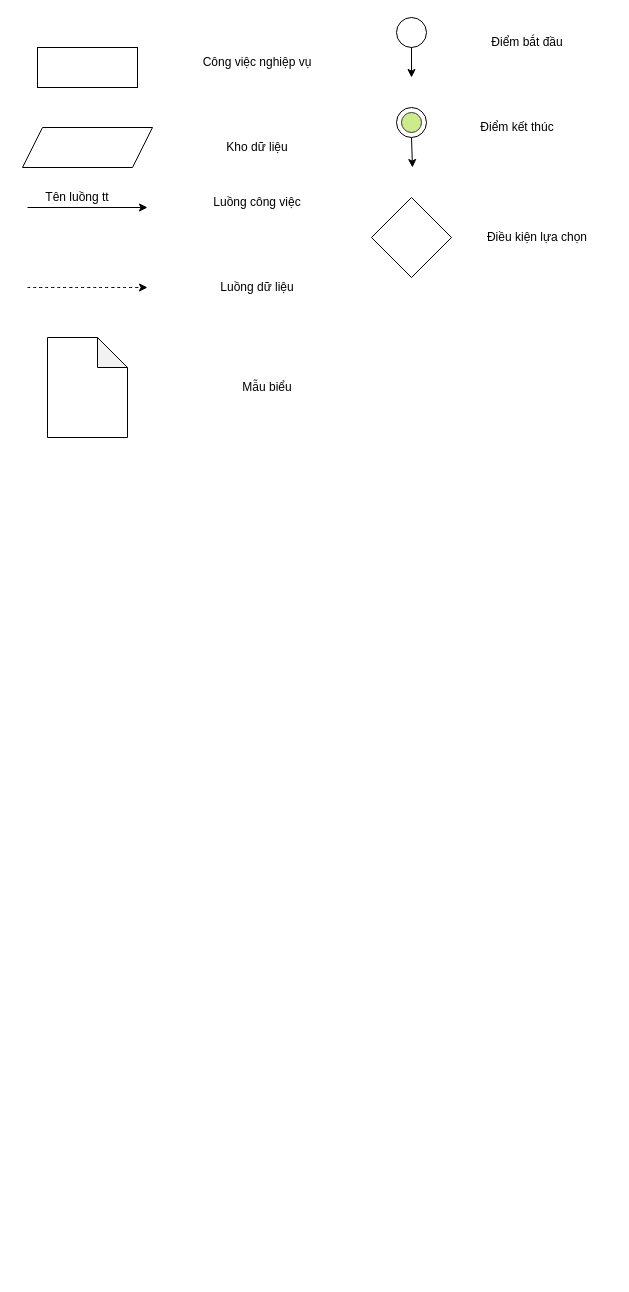
The draw.io diagram images/mô hình 1.drawio in duyquyen20062000/cv, before the edit. Source tidied: cells renumbered, new cells numbered last; positions are measured from the earlier drawing's top-left corner, leaving out a move shared by most shapes. Both pictures are drawn from the tidied source at 100%, with x=0, y=0 at pixel (17, 17).
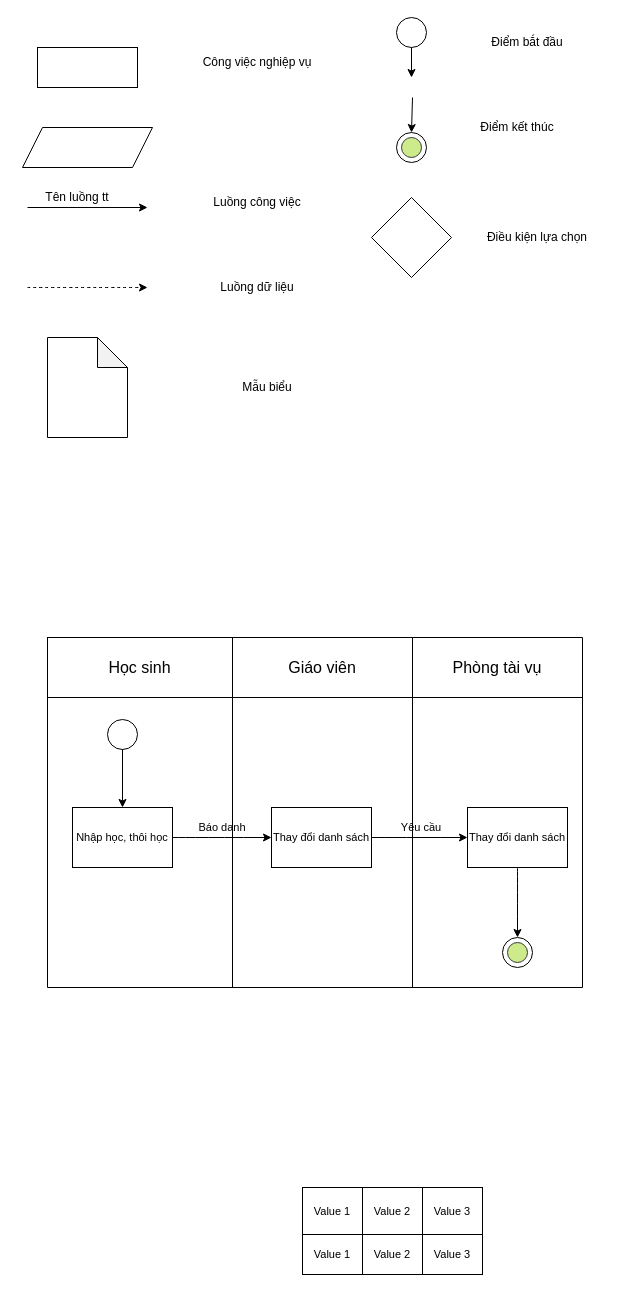
The same page after the edit.

What changed in the source:
```diff
@@
-    <mxCell id="8" value="Kho dữ liệu" style="text;html=1;strokeColor=none;fillColor=none;align=center;verticalAlign=middle;whiteSpace=wrap;rounded=0;" parent="1" vertex="1">
-      <mxGeometry x="165" y="115" width="150" height="30" as="geometry" />
-    </mxCell>
@@
     <mxCell id="12" style="ellipse;whiteSpace=wrap;html=1;" parent="1" vertex="1">
-      <mxGeometry x="379" y="90" width="30" height="30" as="geometry" />
+      <mxGeometry x="379" y="115" width="30" height="30" as="geometry" />
     </mxCell>
     <mxCell id="13" style="ellipse;whiteSpace=wrap;html=1;fillColor=#cdeb8b;strokeColor=#36393d;" parent="1" vertex="1">
-      <mxGeometry x="384" y="95" width="20" height="20" as="geometry" />
+      <mxGeometry x="384" y="120" width="20" height="20" as="geometry" />
     </mxCell>
-    <mxCell id="14" style="endArrow=classic;html=1;rounded=0;exitX=0.5;exitY=1;exitDx=0;exitDy=0;" parent="1" edge="1" source="12">
+    <mxCell id="14" style="endArrow=classic;html=1;rounded=0;entryX=0.5;entryY=0;entryDx=0;entryDy=0;" parent="1" edge="1" target="12">
       <mxGeometry relative="1" as="geometry">
-        <mxPoint x="395" y="150" as="targetPoint" />
+        <mxPoint x="395" y="80" as="sourcePoint" />
       </mxGeometry>
     </mxCell>
@@
+    <mxCell id="22" style="shape=table;startSize=0;childLayout=tableLayout;fontSize=16;fontFamily=Helvetica;fontColor=default;" parent="1" vertex="1">
+      <mxGeometry x="30" y="620" width="535" height="350" as="geometry" />
+    </mxCell>
+    <mxCell id="23" style="shape=tableRow;horizontal=0;startSize=0;swimlaneHead=0;swimlaneBody=0;strokeColor=inherit;top=0;left=0;bottom=0;right=0;fillColor=none;fontSize=16;fontFamily=Helvetica;fontColor=default;" parent="22" vertex="1">
+      <mxGeometry width="535" height="60" as="geometry" />
+    </mxCell>
+    <mxCell id="24" value="Học sinh" style="shape=partialRectangle;html=1;whiteSpace=wrap;strokeColor=inherit;overflow=hidden;fillColor=none;top=0;left=0;bottom=0;right=0;fontSize=16;fontFamily=Helvetica;fontColor=default;" parent="23" vertex="1">
+      <mxGeometry width="185" height="60" as="geometry" />
+    </mxCell>
+    <mxCell id="25" value="Giáo viên" style="shape=partialRectangle;html=1;whiteSpace=wrap;strokeColor=inherit;overflow=hidden;fillColor=none;top=0;left=0;bottom=0;right=0;fontSize=16;fontFamily=Helvetica;fontColor=default;" parent="23" vertex="1">
+      <mxGeometry x="185" width="180" height="60" as="geometry" />
+    </mxCell>
+    <mxCell id="26" value="Phòng tài vụ" style="shape=partialRectangle;html=1;whiteSpace=wrap;strokeColor=inherit;overflow=hidden;fillColor=none;top=0;left=0;bottom=0;right=0;fontSize=16;fontFamily=Helvetica;fontColor=default;" parent="23" vertex="1">
+      <mxGeometry x="365" width="170" height="60" as="geometry" />
+    </mxCell>
+    <mxCell id="27" style="shape=tableRow;horizontal=0;startSize=0;swimlaneHead=0;swimlaneBody=0;strokeColor=inherit;top=0;left=0;bottom=0;right=0;fillColor=none;fontSize=16;fontFamily=Helvetica;fontColor=default;" parent="22" vertex="1">
+      <mxGeometry y="60" width="535" height="290" as="geometry" />
+    </mxCell>
+    <mxCell id="28" style="shape=partialRectangle;html=1;whiteSpace=wrap;strokeColor=inherit;overflow=hidden;fillColor=none;top=0;left=0;bottom=0;right=0;fontSize=16;fontFamily=Helvetica;fontColor=default;" parent="27" vertex="1">
+      <mxGeometry width="185" height="290" as="geometry" />
+    </mxCell>
+    <mxCell id="29" style="shape=partialRectangle;html=1;whiteSpace=wrap;strokeColor=inherit;overflow=hidden;fillColor=none;top=0;left=0;bottom=0;right=0;fontSize=16;fontFamily=Helvetica;fontColor=default;" parent="27" vertex="1">
+      <mxGeometry x="185" width="180" height="290" as="geometry" />
+    </mxCell>
+    <mxCell id="30" style="shape=partialRectangle;html=1;whiteSpace=wrap;strokeColor=inherit;overflow=hidden;fillColor=none;top=0;left=0;bottom=0;right=0;fontSize=16;fontFamily=Helvetica;fontColor=default;" parent="27" vertex="1">
+      <mxGeometry x="365" width="170" height="290" as="geometry" />
+    </mxCell>
+    <mxCell id="31" style="ellipse;whiteSpace=wrap;html=1;" parent="1" vertex="1">
+      <mxGeometry x="90" y="702" width="30" height="30" as="geometry" />
+    </mxCell>
+    <mxCell id="32" style="endArrow=classic;html=1;rounded=0;exitX=0.5;exitY=1;exitDx=0;exitDy=0;entryX=0.5;entryY=0;entryDx=0;entryDy=0;" parent="1" edge="1" source="31" target="33">
+      <mxGeometry relative="1" as="geometry" />
+    </mxCell>
+    <mxCell id="33" value="Nhập học, thôi học" style="whiteSpace=wrap;html=1;fontFamily=Helvetica;fontSize=11;fontColor=default;" parent="1" vertex="1">
+      <mxGeometry x="55" y="790" width="100" height="60" as="geometry" />
+    </mxCell>
+    <mxCell id="34" value="Thay đổi danh sách" style="whiteSpace=wrap;html=1;fontFamily=Helvetica;fontSize=11;fontColor=default;" parent="1" vertex="1">
+      <mxGeometry x="254" y="790" width="100" height="60" as="geometry" />
+    </mxCell>
+    <mxCell id="35" value="Thay đổi danh sách" style="whiteSpace=wrap;html=1;fontFamily=Helvetica;fontSize=11;fontColor=default;" parent="1" vertex="1">
+      <mxGeometry x="450" y="790" width="100" height="60" as="geometry" />
+    </mxCell>
+    <mxCell id="36" style="endArrow=classic;html=1;rounded=1;labelBackgroundColor=default;strokeColor=default;fontFamily=Helvetica;fontSize=11;fontColor=default;shape=connector;curved=1;entryX=0;entryY=0.5;entryDx=0;entryDy=0;exitX=1;exitY=0.5;exitDx=0;exitDy=0;" parent="1" edge="1" source="33" target="34">
+      <mxGeometry relative="1" as="geometry" />
+    </mxCell>
+    <mxCell id="37" value="Báo danh" style="text;html=1;strokeColor=none;fillColor=none;align=center;verticalAlign=middle;whiteSpace=wrap;rounded=0;fontSize=11;fontFamily=Helvetica;fontColor=default;" parent="1" vertex="1">
+      <mxGeometry x="155" y="800" width="100" height="20" as="geometry" />
+    </mxCell>
+    <mxCell id="38" value="Yêu cầu" style="text;html=1;strokeColor=none;fillColor=none;align=center;verticalAlign=middle;whiteSpace=wrap;rounded=0;fontSize=11;fontFamily=Helvetica;fontColor=default;" parent="1" vertex="1">
+      <mxGeometry x="354" y="800" width="100" height="20" as="geometry" />
+    </mxCell>
+    <mxCell id="39" style="endArrow=classic;html=1;rounded=1;labelBackgroundColor=default;strokeColor=default;fontFamily=Helvetica;fontSize=11;fontColor=default;shape=connector;curved=1;exitX=0;exitY=1;exitDx=0;exitDy=0;" parent="1" edge="1" source="38">
+      <mxGeometry relative="1" as="geometry">
+        <mxPoint x="450" y="820" as="targetPoint" />
+      </mxGeometry>
+    </mxCell>
+    <mxCell id="40" style="edgeStyle=none;shape=connector;curved=1;rounded=1;orthogonalLoop=1;jettySize=auto;html=1;entryX=0.5;entryY=1;entryDx=0;entryDy=0;labelBackgroundColor=default;strokeColor=default;fontFamily=Helvetica;fontSize=11;fontColor=default;endArrow=classic;" parent="1" edge="1" source="13" target="13">
+      <mxGeometry relative="1" as="geometry" />
+    </mxCell>
+    <mxCell id="41" style="ellipse;whiteSpace=wrap;html=1;" parent="1" vertex="1">
+      <mxGeometry x="485" y="920" width="30" height="30" as="geometry" />
+    </mxCell>
+    <mxCell id="42" style="ellipse;whiteSpace=wrap;html=1;fillColor=#cdeb8b;strokeColor=#36393d;" parent="1" vertex="1">
+      <mxGeometry x="490" y="925" width="20" height="20" as="geometry" />
+    </mxCell>
+    <mxCell id="43" style="endArrow=classic;html=1;rounded=1;labelBackgroundColor=default;strokeColor=default;fontFamily=Helvetica;fontSize=11;fontColor=default;shape=connector;curved=1;exitX=0.5;exitY=1;exitDx=0;exitDy=0;" parent="1" edge="1" source="35">
+      <mxGeometry relative="1" as="geometry">
+        <mxPoint x="500" y="920" as="targetPoint" />
+      </mxGeometry>
+    </mxCell>
+    <mxCell id="44" style="childLayout=tableLayout;shadow=0;fillColor=none;fontFamily=Helvetica;fontSize=11;fontColor=default;imageWidth=48;imageHeight=24;arcSize=12;imageAspect=1;" parent="1" vertex="1">
+      <mxGeometry x="285" y="1170" width="180" height="87" as="geometry" />
+    </mxCell>
+    <mxCell id="45" style="shape=tableRow;horizontal=0;startSize=0;swimlaneHead=0;swimlaneBody=0;top=0;left=0;bottom=0;right=0;fontStyle=0;fillColor=none;strokeColor=inherit;fontFamily=Helvetica;fontSize=11;fontColor=default;" parent="44" vertex="1">
+      <mxGeometry width="180" height="47" as="geometry" />
+    </mxCell>
+    <mxCell id="46" value="Value 1" style="strokeColor=inherit;fillColor=none;align=center;whiteSpace=wrap;html=1;fontFamily=Helvetica;fontSize=11;fontColor=default;" parent="45" vertex="1">
+      <mxGeometry width="60" height="47" as="geometry" />
+    </mxCell>
+    <mxCell id="47" value="Value 2" style="strokeColor=inherit;fillColor=none;align=center;whiteSpace=wrap;html=1;fontFamily=Helvetica;fontSize=11;fontColor=default;" parent="45" vertex="1">
+      <mxGeometry x="60" width="60" height="47" as="geometry" />
+    </mxCell>
+    <mxCell id="48" value="Value 3" style="strokeColor=inherit;fillColor=none;align=center;whiteSpace=wrap;html=1;fontFamily=Helvetica;fontSize=11;fontColor=default;" parent="45" vertex="1">
+      <mxGeometry x="120" width="60" height="47" as="geometry" />
+    </mxCell>
+    <mxCell id="49" style="shape=tableRow;horizontal=0;startSize=0;swimlaneHead=0;swimlaneBody=0;top=0;left=0;bottom=0;right=0;fontStyle=0;fillColor=none;strokeColor=inherit;fontFamily=Helvetica;fontSize=11;fontColor=default;" parent="44" vertex="1">
+      <mxGeometry y="47" width="180" height="40" as="geometry" />
+    </mxCell>
+    <mxCell id="50" value="Value 1" style="strokeColor=inherit;fillColor=none;align=center;whiteSpace=wrap;html=1;fontFamily=Helvetica;fontSize=11;fontColor=default;" parent="49" vertex="1">
+      <mxGeometry width="60" height="40" as="geometry" />
+    </mxCell>
+    <mxCell id="51" value="Value 2" style="strokeColor=inherit;fillColor=none;align=center;whiteSpace=wrap;html=1;fontFamily=Helvetica;fontSize=11;fontColor=default;" parent="49" vertex="1">
+      <mxGeometry x="60" width="60" height="40" as="geometry" />
+    </mxCell>
+    <mxCell id="52" value="Value 3" style="strokeColor=inherit;fillColor=none;align=center;whiteSpace=wrap;html=1;fontFamily=Helvetica;fontSize=11;fontColor=default;" parent="49" vertex="1">
+      <mxGeometry x="120" width="60" height="40" as="geometry" />
+    </mxCell>
```
